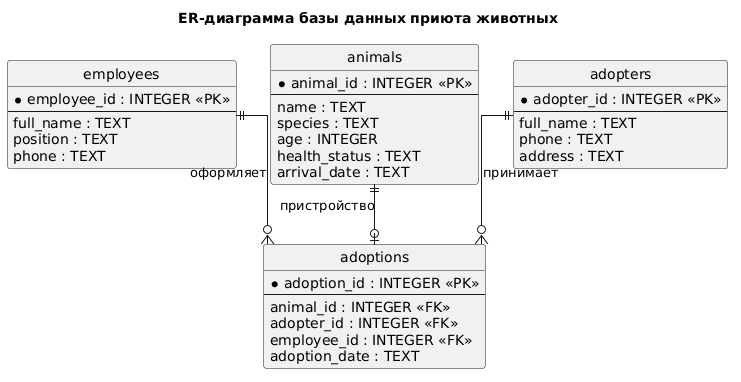
Before: diagrams/er_diagram.png, a diagram exported from PlantUML (Daria446/lab2-project). Its diagram source:
```plantuml
@startuml
title ER-диаграмма базы данных приюта животных

hide circle
skinparam linetype ortho

entity "employees" as employees {
  * employee_id : INTEGER <<PK>>
  --
  full_name : TEXT
  position : TEXT
  phone : TEXT
}

entity "animals" as animals {
  * animal_id : INTEGER <<PK>>
  --
  name : TEXT
  species : TEXT
  age : INTEGER
  health_status : TEXT
  arrival_date : TEXT
}

entity "adopters" as adopters {
  * adopter_id : INTEGER <<PK>>
  --
  full_name : TEXT
  phone : TEXT
  address : TEXT
}

entity "adoptions" as adoptions {
  * adoption_id : INTEGER <<PK>>
  --
  animal_id : INTEGER <<FK>>
  adopter_id : INTEGER <<FK>>
  employee_id : INTEGER <<FK>>
  adoption_date : TEXT
}

animals ||--o| adoptions : пристройство
adopters ||--o{ adoptions : принимает
employees ||--o{ adoptions : оформляет
@enduml
```
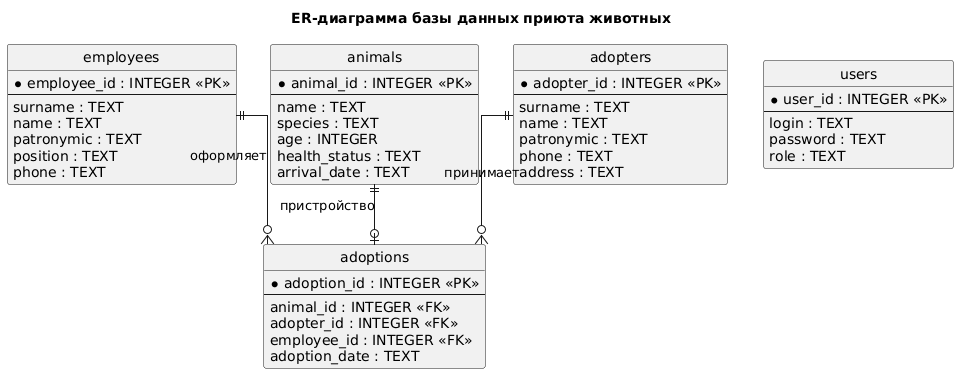
After the change.

What changed in the source:
```diff
@@ -7,7 +7,9 @@
 entity "employees" as employees {
   * employee_id : INTEGER <<PK>>
   --
-  full_name : TEXT
+  surname : TEXT
+  name : TEXT
+  patronymic : TEXT
   position : TEXT
   phone : TEXT
 }
@@ -25,7 +27,9 @@
 entity "adopters" as adopters {
   * adopter_id : INTEGER <<PK>>
   --
-  full_name : TEXT
+  surname : TEXT
+  name : TEXT
+  patronymic : TEXT
   phone : TEXT
   address : TEXT
 }
@@ -39,6 +43,14 @@
   adoption_date : TEXT
 }
 
+entity "users" as users {
+  * user_id : INTEGER <<PK>>
+  --
+  login : TEXT
+  password : TEXT
+  role : TEXT
+}
+
 animals ||--o| adoptions : пристройство
 adopters ||--o{ adoptions : принимает
 employees ||--o{ adoptions : оформляет
```
